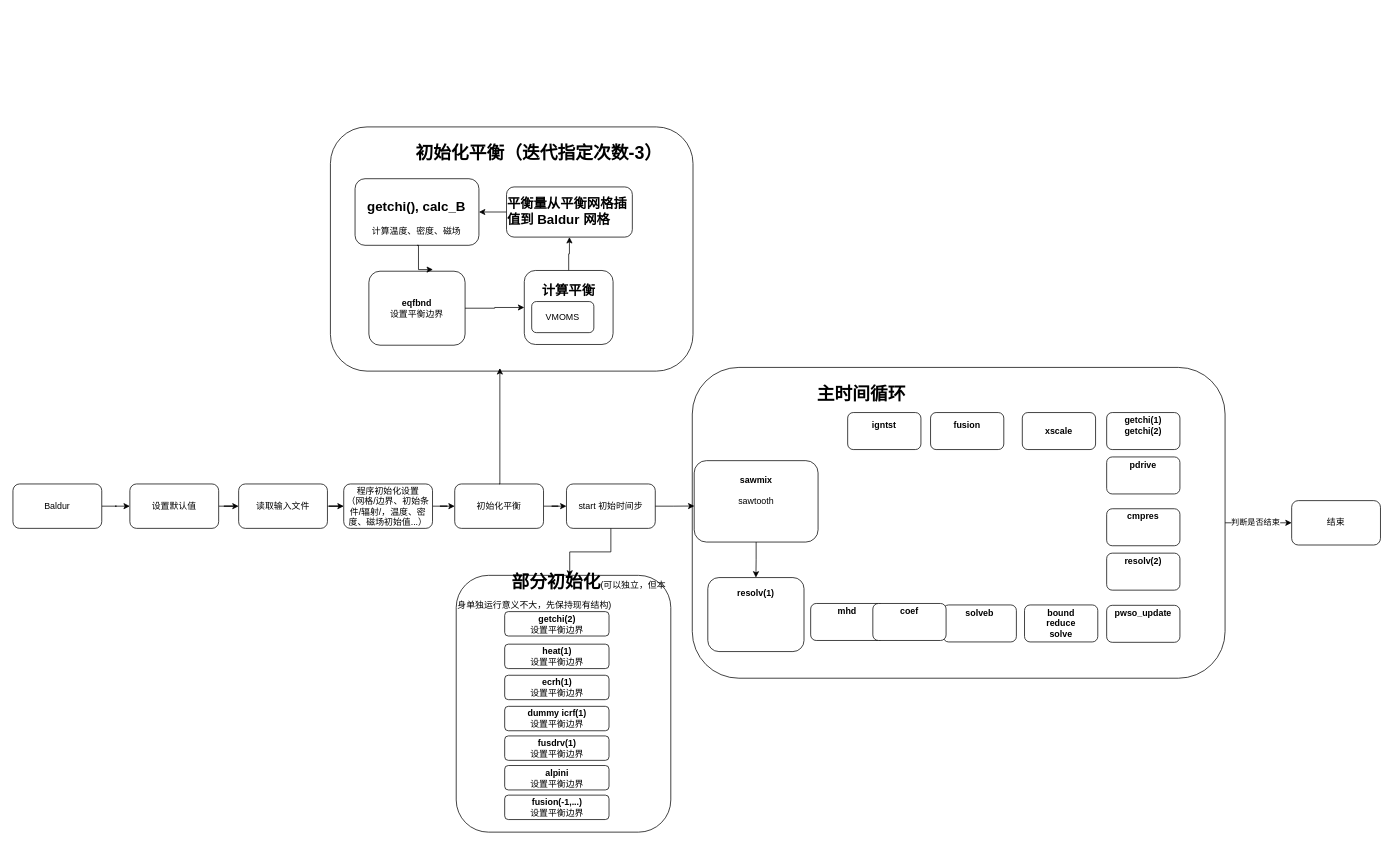
This is page "050825" (7 of 7) of Baldur.drawio from jiaxing-liu/flowchart, a draw.io file, before an edit. Source tidied: cells renumbered, new cells numbered last; positions are measured from the earlier drawing's top-left corner, leaving out a move shared by most shapes. Both pictures are drawn from the tidied source at 74%, with x=0, y=0 at pixel (13, 13).
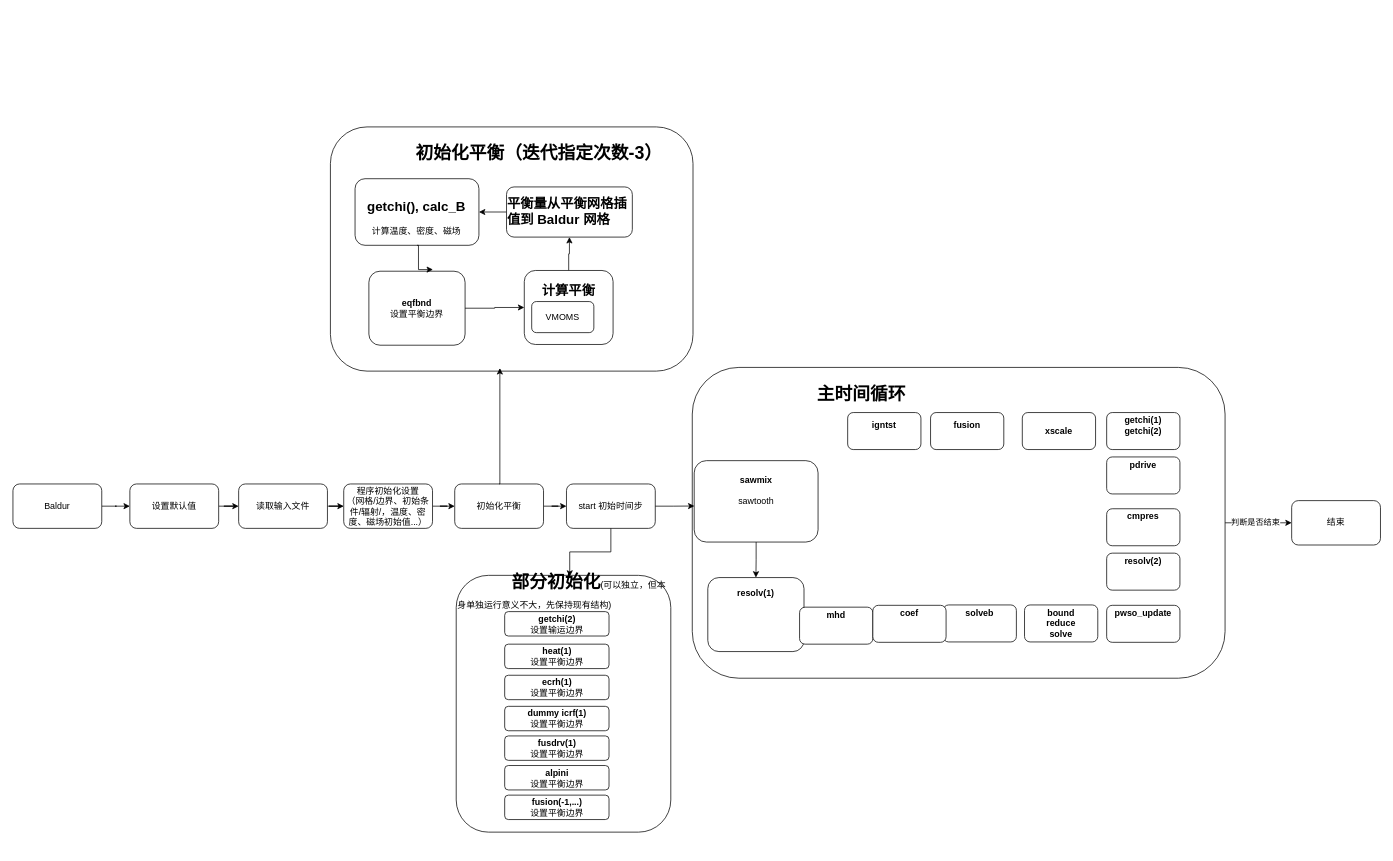
After the change.

The change refers to these unchanged cells:
```xml
<mxCell id="48" style="group;" parent="47" vertex="1">
  <mxGeometry width="141" height="33" as="geometry" />
</mxCell>
```

The edit, as a diff of the source:
```diff
@@
-    <mxCell id="49" value="&lt;div&gt;&lt;b&gt;getchi(2)&lt;/b&gt;&lt;/div&gt;设置平衡边界" style="rounded=1;whiteSpace=wrap;html=1;" parent="48" vertex="1">
+    <mxCell id="49" value="&lt;div&gt;&lt;b&gt;getchi(2)&lt;/b&gt;&lt;/div&gt;设置输运边界" style="rounded=1;whiteSpace=wrap;html=1;" parent="48" vertex="1">
       <mxGeometry width="141" height="33" as="geometry" />
     </mxCell>
@@
     <mxCell id="69" style="group;" parent="1" vertex="1">
-      <mxGeometry x="1078" y="798" width="99" height="50" as="geometry" />
+      <mxGeometry x="1063" y="803" width="99" height="50" as="geometry" />
     </mxCell>
@@
     <mxCell id="72" style="group;" parent="1" vertex="1">
-      <mxGeometry x="1162" y="798" width="99" height="50" as="geometry" />
+      <mxGeometry x="1162" y="800.5" width="99" height="50" as="geometry" />
     </mxCell>
```
